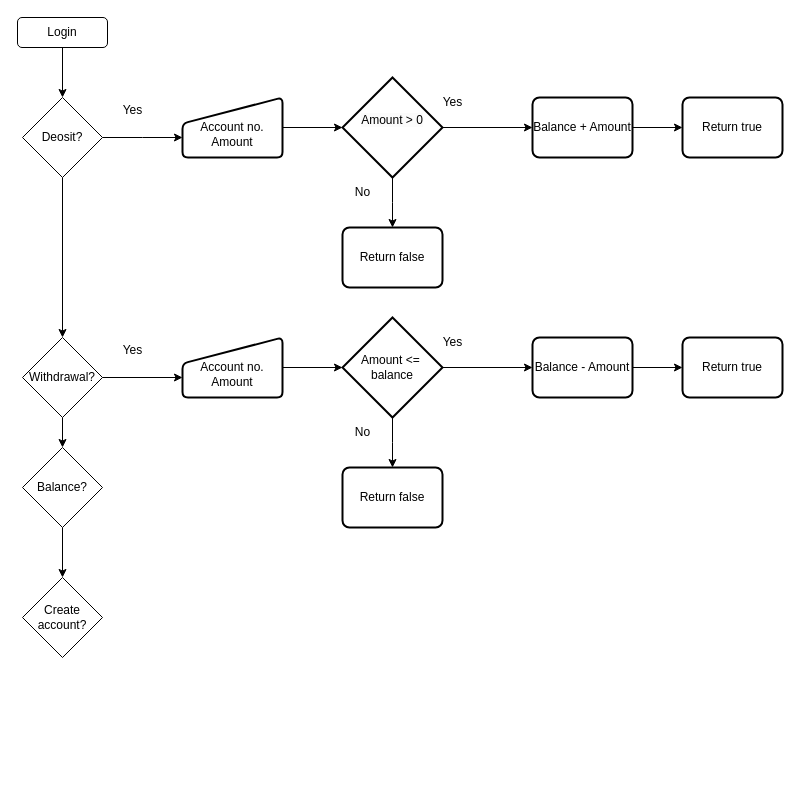
Above: Bank Flowchart.drawio in GeorginaFox/at1 (draw.io), before the change. Source tidied: cells renumbered, new cells numbered last; positions are measured from the earlier drawing's top-left corner, leaving out a move shared by most shapes. Both pictures are drawn from the tidied source at 100%, with x=0, y=0 at pixel (17, 17).
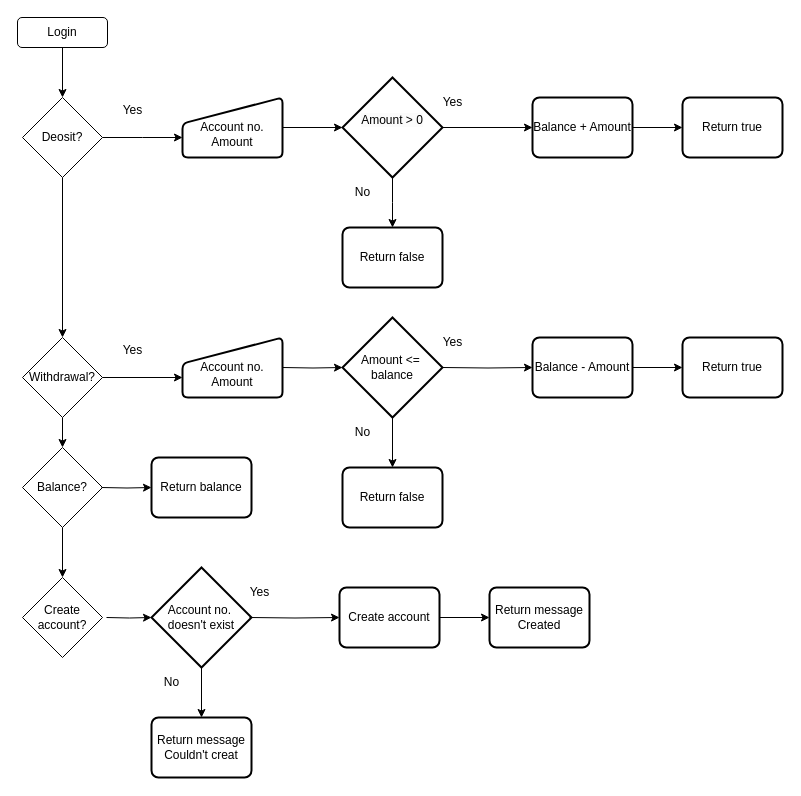
The same diagram, later.

The change refers to these unchanged cells:
```xml
<mxCell id="25" value="&lt;div&gt;&lt;br&gt;&lt;/div&gt;Account no.&lt;div&gt;Amount&lt;/div&gt;" style="html=1;strokeWidth=2;shape=manualInput;whiteSpace=wrap;rounded=1;size=26;arcSize=11;" parent="1" vertex="1">
  <mxGeometry x="165" y="320" width="100" height="60" as="geometry" />
</mxCell>
<mxCell id="34" value="Balance - Amount" style="rounded=1;whiteSpace=wrap;html=1;absoluteArcSize=1;arcSize=14;strokeWidth=2;" parent="1" vertex="1">
  <mxGeometry x="515" y="320" width="100" height="60" as="geometry" />
</mxCell>
```

Diff of the diagram source:
```diff
@@
-    <mxCell id="26" style="edgeStyle=orthogonalEdgeStyle;rounded=0;jettySize=auto;html=1;exitX=1;exitY=0.5;exitDx=0;exitDy=0;exitPerimeter=0;entryX=0;entryY=0.5;entryDx=0;entryDy=0;" parent="1" edge="1" source="28" target="34">
-      <mxGeometry relative="1" as="geometry" />
+    <mxCell id="26" style="edgeStyle=orthogonalEdgeStyle;rounded=0;jettySize=auto;html=1;exitX=1;exitY=0.5;exitDx=0;exitDy=0;exitPerimeter=0;entryX=0;entryY=0.5;entryDx=0;entryDy=0;" parent="1" edge="1" target="34">
+      <mxGeometry relative="1" as="geometry">
+        <mxPoint x="425" y="350" as="sourcePoint" />
+      </mxGeometry>
     </mxCell>
-    <mxCell id="27" style="edgeStyle=orthogonalEdgeStyle;rounded=0;jettySize=auto;html=1;exitX=0.5;exitY=1;exitDx=0;exitDy=0;exitPerimeter=0;" parent="1" edge="1" source="28">
+    <mxCell id="27" style="edgeStyle=orthogonalEdgeStyle;rounded=0;orthogonalLoop=1;jettySize=auto;html=1;exitX=0.5;exitY=1;exitDx=0;exitDy=0;exitPerimeter=0;" parent="1" edge="1">
       <mxGeometry relative="1" as="geometry">
+        <mxPoint x="375" y="400" as="sourcePoint" />
         <mxPoint x="375" y="450" as="targetPoint" />
       </mxGeometry>
     </mxCell>
-    <mxCell id="28" value="&lt;div&gt;&lt;span style=&quot;text-wrap: nowrap;&quot;&gt;Amount &amp;lt;=&amp;nbsp;&lt;/span&gt;&lt;/div&gt;&lt;div&gt;&lt;span style=&quot;text-wrap: nowrap;&quot;&gt;balance&lt;/span&gt;&lt;/div&gt;" style="strokeWidth=2;html=1;shape=mxgraph.flowchart.decision;whiteSpace=wrap;" parent="1" vertex="1">
-      <mxGeometry x="325" y="300" width="100" height="100" as="geometry" />
-    </mxCell>
-    <mxCell id="29" style="edgeStyle=orthogonalEdgeStyle;rounded=0;jettySize=auto;html=1;exitX=1;exitY=0.5;exitDx=0;exitDy=0;entryX=0;entryY=0.5;entryDx=0;entryDy=0;entryPerimeter=0;" parent="1" edge="1" source="25" target="28">
-      <mxGeometry relative="1" as="geometry" />
-    </mxCell>
@@
-    <mxCell id="31" value="Yes" style="text;html=1;align=center;verticalAlign=middle;strokeColor=none;fillColor=none;" parent="1" vertex="1">
-      <mxGeometry x="415" y="310" width="40" height="30" as="geometry" />
-    </mxCell>
@@
+    <mxCell id="37" style="edgeStyle=orthogonalEdgeStyle;rounded=0;jettySize=auto;html=1;exitX=1;exitY=0.5;exitDx=0;exitDy=0;entryX=0;entryY=0.5;entryDx=0;entryDy=0;" parent="1" edge="1" target="38">
+      <mxGeometry relative="1" as="geometry">
+        <mxPoint x="84" y="470" as="sourcePoint" />
+      </mxGeometry>
+    </mxCell>
+    <mxCell id="38" value="Return balance" style="rounded=1;whiteSpace=wrap;html=1;absoluteArcSize=1;arcSize=14;strokeWidth=2;" parent="1" vertex="1">
+      <mxGeometry x="134" y="440" width="100" height="60" as="geometry" />
+    </mxCell>
+    <mxCell id="28" value="&lt;div&gt;&lt;span style=&quot;text-wrap: nowrap;&quot;&gt;Amount &amp;lt;=&amp;nbsp;&lt;/span&gt;&lt;/div&gt;&lt;div&gt;&lt;span style=&quot;text-wrap: nowrap;&quot;&gt;balance&lt;/span&gt;&lt;/div&gt;" style="strokeWidth=2;html=1;shape=mxgraph.flowchart.decision;whiteSpace=wrap;" parent="1" vertex="1">
+      <mxGeometry x="325" y="300" width="100" height="100" as="geometry" />
+    </mxCell>
+    <mxCell id="39" style="edgeStyle=orthogonalEdgeStyle;rounded=0;jettySize=auto;html=1;exitX=1;exitY=0.5;exitDx=0;exitDy=0;entryX=0;entryY=0.5;entryDx=0;entryDy=0;entryPerimeter=0;" parent="1" edge="1" target="28">
+      <mxGeometry relative="1" as="geometry">
+        <mxPoint x="265" y="350" as="sourcePoint" />
+      </mxGeometry>
+    </mxCell>
+    <mxCell id="31" value="Yes" style="text;html=1;align=center;verticalAlign=middle;strokeColor=none;fillColor=none;" parent="1" vertex="1">
+      <mxGeometry x="415" y="310" width="40" height="30" as="geometry" />
+    </mxCell>
+    <mxCell id="40" value="&lt;div&gt;&lt;span style=&quot;text-wrap: nowrap;&quot;&gt;Account no.&amp;nbsp;&lt;/span&gt;&lt;/div&gt;&lt;div&gt;&lt;span style=&quot;text-wrap: nowrap;&quot;&gt;doesn't exist&lt;/span&gt;&lt;/div&gt;" style="strokeWidth=2;html=1;shape=mxgraph.flowchart.decision;whiteSpace=wrap;" parent="1" vertex="1">
+      <mxGeometry x="134" y="550" width="100" height="100" as="geometry" />
+    </mxCell>
+    <mxCell id="41" style="edgeStyle=orthogonalEdgeStyle;rounded=0;jettySize=auto;html=1;exitX=1;exitY=0.5;exitDx=0;exitDy=0;entryX=0;entryY=0.5;entryDx=0;entryDy=0;entryPerimeter=0;" parent="1" edge="1" target="40">
+      <mxGeometry relative="1" as="geometry">
+        <mxPoint x="89" y="600" as="sourcePoint" />
+      </mxGeometry>
+    </mxCell>
+    <mxCell id="42" style="edgeStyle=orthogonalEdgeStyle;rounded=0;jettySize=auto;html=1;exitX=1;exitY=0.5;exitDx=0;exitDy=0;exitPerimeter=0;entryX=0;entryY=0.5;entryDx=0;entryDy=0;" parent="1" edge="1" target="44">
+      <mxGeometry relative="1" as="geometry">
+        <mxPoint x="232" y="600" as="sourcePoint" />
+      </mxGeometry>
+    </mxCell>
+    <mxCell id="43" style="edgeStyle=orthogonalEdgeStyle;rounded=0;jettySize=auto;html=1;exitX=1;exitY=0.5;exitDx=0;exitDy=0;entryX=0;entryY=0.5;entryDx=0;entryDy=0;" parent="1" edge="1" source="44" target="45">
+      <mxGeometry relative="1" as="geometry" />
+    </mxCell>
+    <mxCell id="44" value="Create account" style="rounded=1;whiteSpace=wrap;html=1;absoluteArcSize=1;arcSize=14;strokeWidth=2;" parent="1" vertex="1">
+      <mxGeometry x="322" y="570" width="100" height="60" as="geometry" />
+    </mxCell>
+    <mxCell id="45" value="Return message&lt;div&gt;Created&lt;/div&gt;" style="rounded=1;whiteSpace=wrap;html=1;absoluteArcSize=1;arcSize=14;strokeWidth=2;" parent="1" vertex="1">
+      <mxGeometry x="472" y="570" width="100" height="60" as="geometry" />
+    </mxCell>
+    <mxCell id="46" value="Yes" style="text;html=1;align=center;verticalAlign=middle;strokeColor=none;fillColor=none;" parent="1" vertex="1">
+      <mxGeometry x="222" y="560" width="40" height="30" as="geometry" />
+    </mxCell>
+    <mxCell id="47" style="edgeStyle=orthogonalEdgeStyle;rounded=0;orthogonalLoop=1;jettySize=auto;html=1;exitX=0.5;exitY=1;exitDx=0;exitDy=0;exitPerimeter=0;" parent="1" edge="1">
+      <mxGeometry relative="1" as="geometry">
+        <mxPoint x="184" y="650" as="sourcePoint" />
+        <mxPoint x="184" y="700" as="targetPoint" />
+      </mxGeometry>
+    </mxCell>
+    <mxCell id="48" value="No" style="text;html=1;align=center;verticalAlign=middle;strokeColor=none;fillColor=none;" parent="1" vertex="1">
+      <mxGeometry x="134" y="650" width="40" height="30" as="geometry" />
+    </mxCell>
+    <mxCell id="49" value="Return message&lt;div&gt;Couldn't creat&lt;/div&gt;" style="rounded=1;whiteSpace=wrap;html=1;absoluteArcSize=1;arcSize=14;strokeWidth=2;" parent="1" vertex="1">
+      <mxGeometry x="134" y="700" width="100" height="60" as="geometry" />
+    </mxCell>
```
